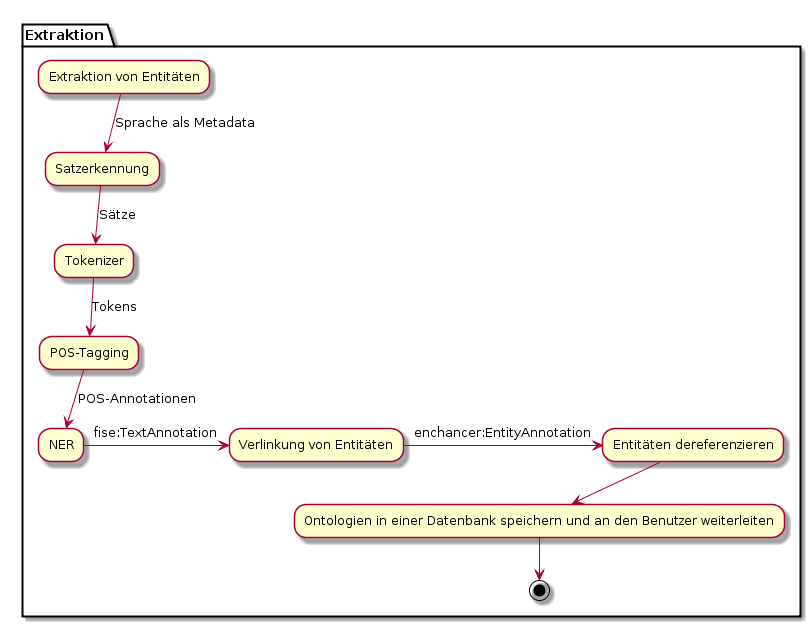
tastatur/masterarbeit keeps this PlantUML diagram as vorstellung/diagramms/funktionsweise-extraktion.png. Above is the earlier version. Its diagram source:
```plantuml
@startuml

partition Extraktion {
"Extraktion von Entitäten" -->[Sprache als Metadata] "Satzerkennung"
"Satzerkennung" -->[Sätze] "Tokenizer"
"Tokenizer" -->[Tokens] "POS-Tagging"
"POS-Tagging" -->[POS-Annotationen] "NER"
"NER" --right>[fise:TextAnnotation] "Verlinkung von Entitäten"
"Verlinkung von Entitäten" --right>[enchancer:EntityAnnotation] "Entitäten dereferenzieren"
--> "Ontologien in einer Datenbank speichern und an den Benutzer weiterleiten"
--> (*)
}
@enduml
```
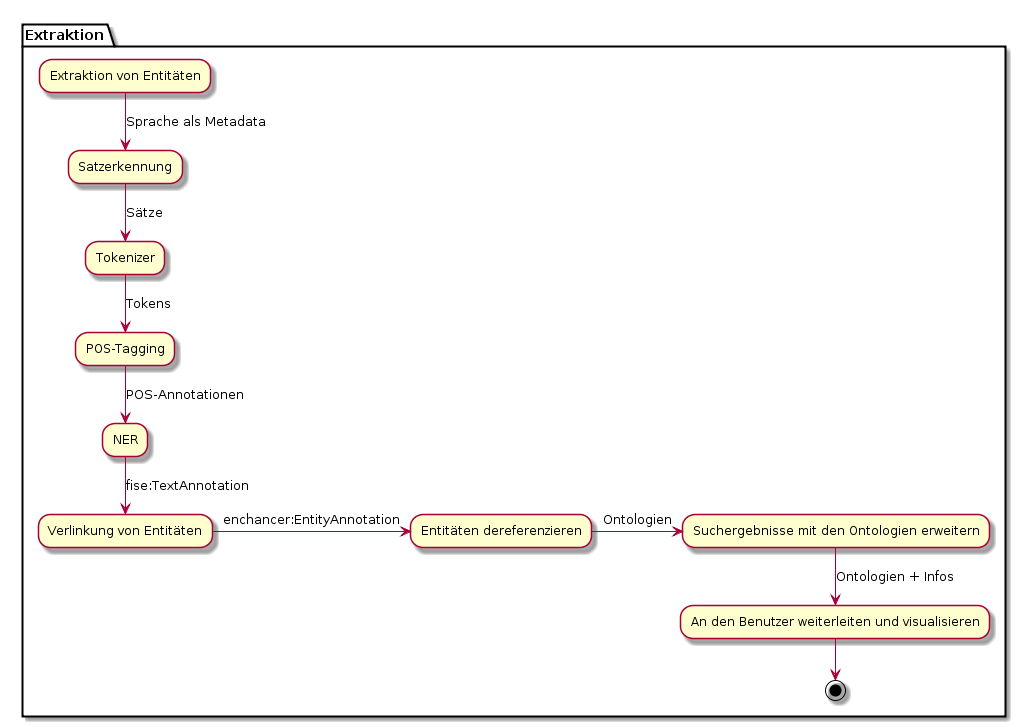
Later version of the same file.

Commit message:
Neue Diagrammen

Change to the diagram source:
```diff
@@ -5,9 +5,10 @@
 "Satzerkennung" -->[Sätze] "Tokenizer"
 "Tokenizer" -->[Tokens] "POS-Tagging"
 "POS-Tagging" -->[POS-Annotationen] "NER"
-"NER" --right>[fise:TextAnnotation] "Verlinkung von Entitäten"
+"NER" -->[fise:TextAnnotation] "Verlinkung von Entitäten"
 "Verlinkung von Entitäten" --right>[enchancer:EntityAnnotation] "Entitäten dereferenzieren"
---> "Ontologien in einer Datenbank speichern und an den Benutzer weiterleiten"
+--right>[Ontologien] "Suchergebnisse mit den Ontologien erweitern"
+-->[Ontologien + Infos] "An den Benutzer weiterleiten und visualisieren"
 --> (*)
 }
 @enduml
```
